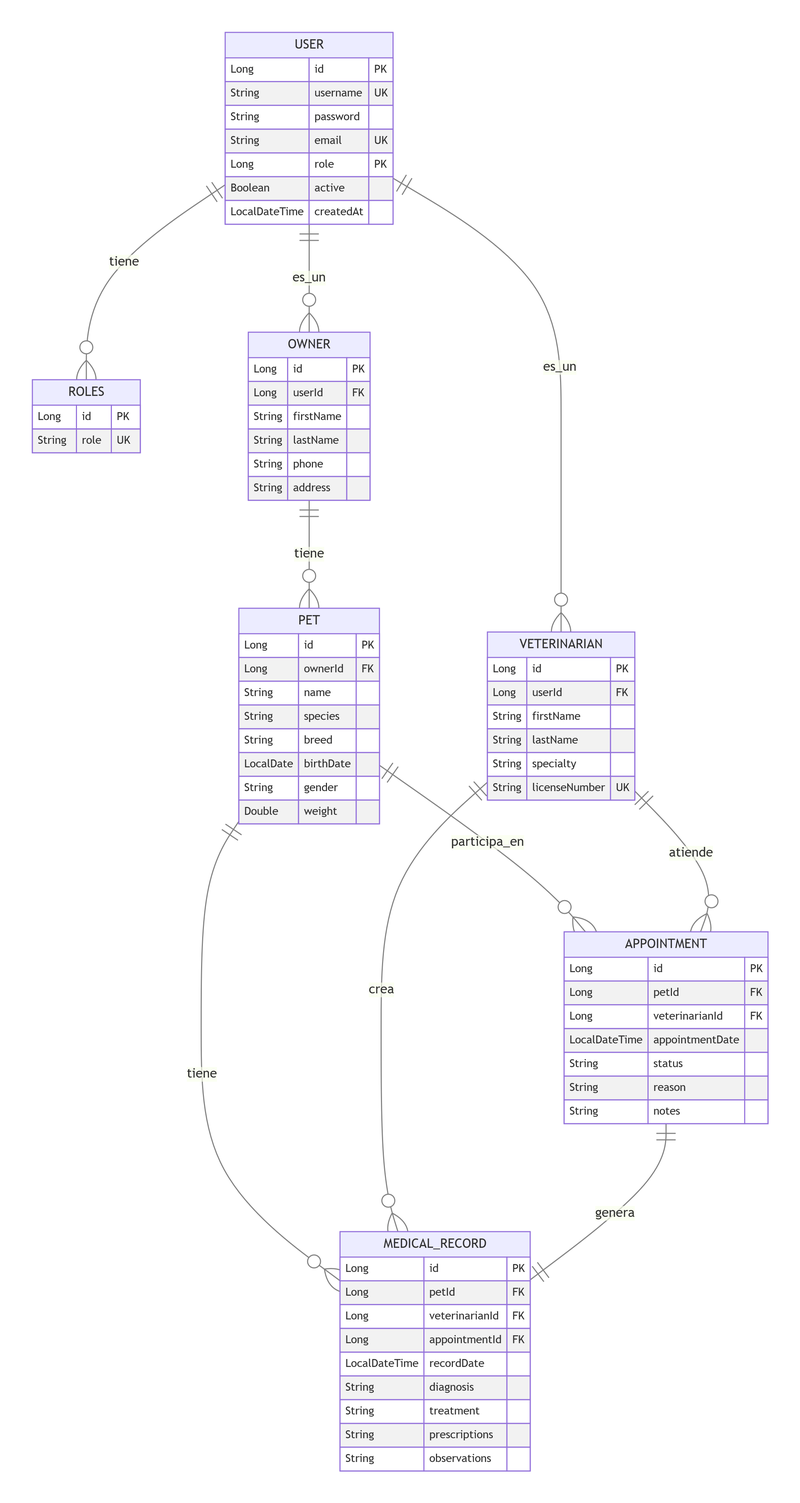
Above: veterinaria/DIAGRAMA.png in Josiaszx/Spring-Boot-Apps (Mermaid), before the change. Its source is kept beside it as veterinaria/diagrama.mermaid.
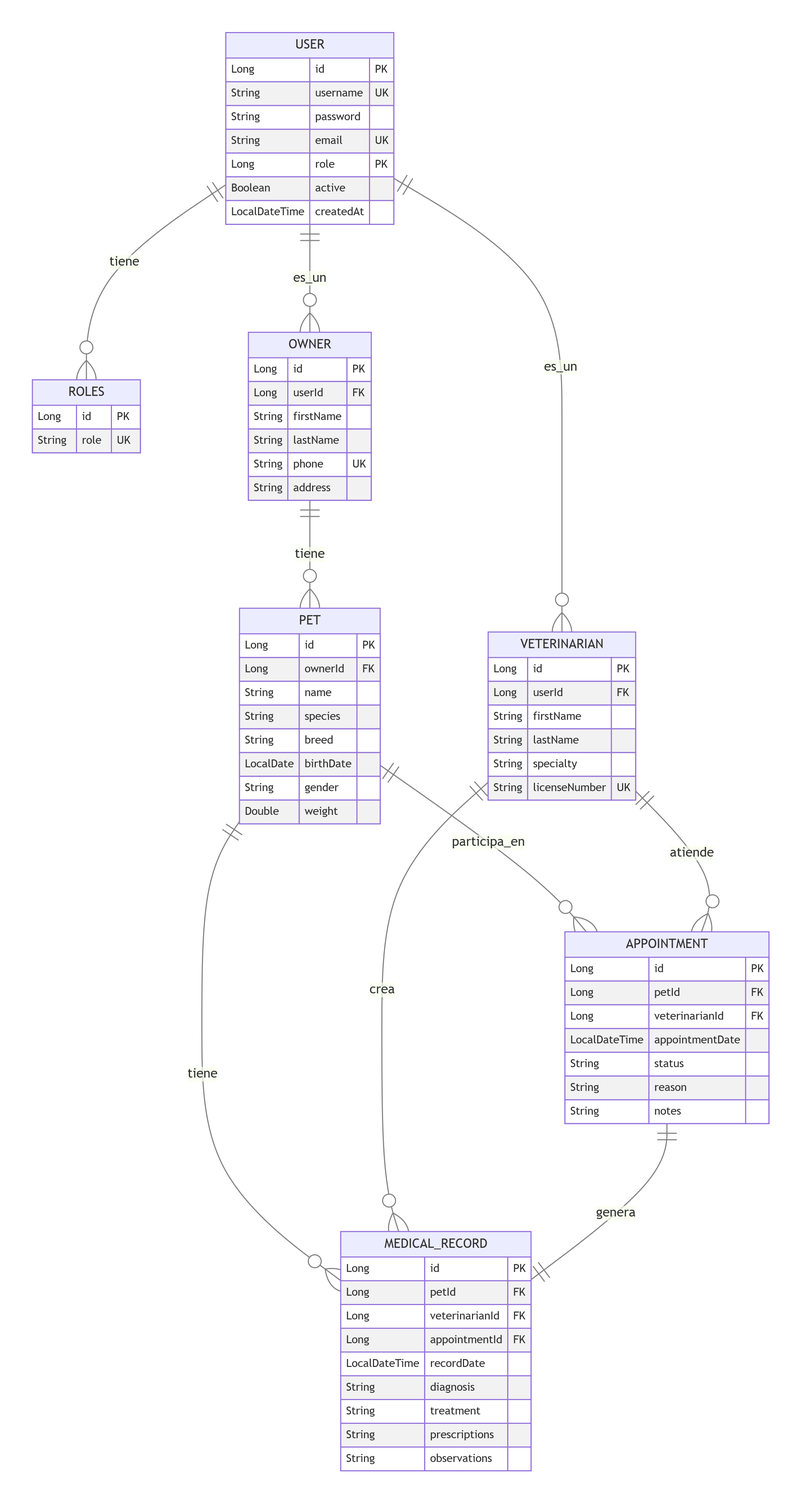
After the commit.

The edit, as a diff of the source:
```diff
@@ -29,7 +29,7 @@
         Long userId FK
         String firstName
         String lastName
-        String phone
+        String phone UK
         String address
     }
 
```
